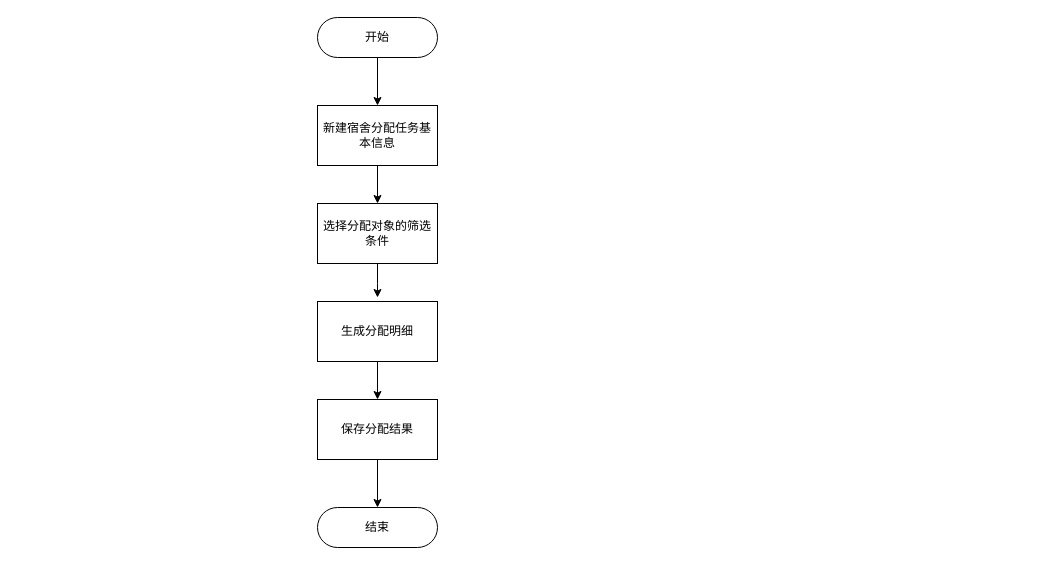
This is 宿舍分配流程.drawio from Qiksy/drawio, a draw.io file, before an edit. Source tidied: cells renumbered, new cells numbered last; positions are measured from the earlier drawing's top-left corner, leaving out a move shared by most shapes. Both pictures are drawn from the tidied source at 100%, with x=0, y=0 at pixel (317, 17).
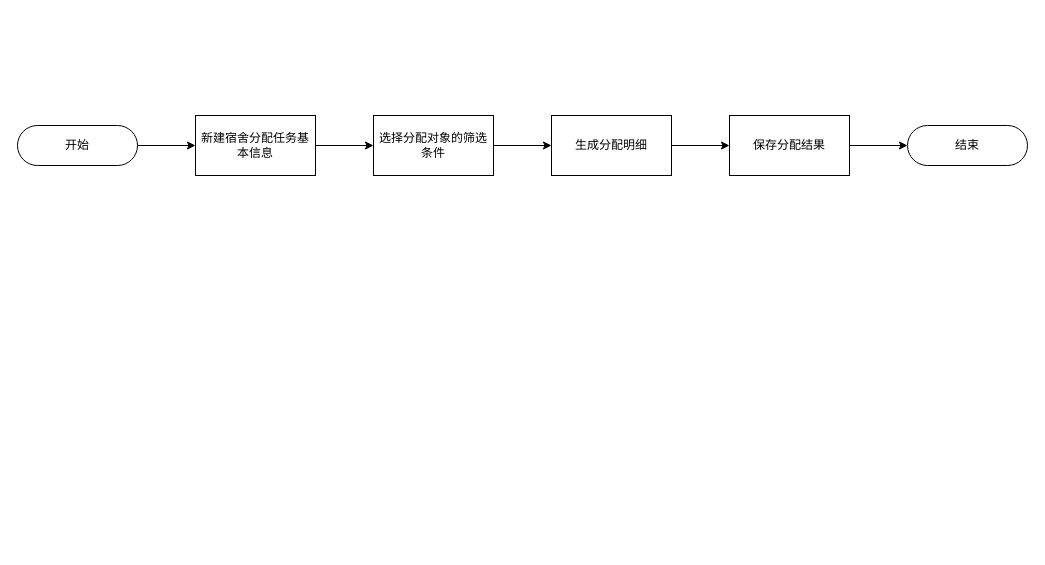
After the change.

Commit message:
更新宿舍分配流程.drawio

Change to the diagram source:
```diff
@@
 <mxGraphModel>
   <root>
     <mxCell id="0" />
     <mxCell id="1" parent="0" />
-    <mxCell id="2" style="edgeStyle=orthogonalEdgeStyle;rounded=0;jettySize=auto;html=1;exitX=0.5;exitY=1;exitDx=0;exitDy=0;entryX=0.5;entryY=0;entryDx=0;entryDy=0;" parent="1" edge="1" source="3" target="8">
+    <mxCell id="2" style="edgeStyle=orthogonalEdgeStyle;rounded=0;jettySize=auto;html=1;" parent="1" edge="1" source="3" target="8">
       <mxGeometry relative="1" as="geometry" />
     </mxCell>
     <mxCell id="3" value="新建宿舍分配任务基本信息" style="rounded=0;whiteSpace=wrap;html=1;" parent="1" vertex="1">
-      <mxGeometry y="88" width="120" height="60" as="geometry" />
+      <mxGeometry x="-122" y="98" width="120" height="60" as="geometry" />
     </mxCell>
-    <mxCell id="4" style="edgeStyle=orthogonalEdgeStyle;rounded=0;jettySize=auto;html=1;exitX=0.5;exitY=1;exitDx=0;exitDy=0;" parent="1" edge="1" source="5" target="3">
+    <mxCell id="4" style="edgeStyle=orthogonalEdgeStyle;rounded=0;jettySize=auto;html=1;" parent="1" edge="1" source="5" target="3">
       <mxGeometry relative="1" as="geometry" />
     </mxCell>
     <mxCell id="5" value="开始" style="rounded=1;whiteSpace=wrap;html=1;arcSize=50;" parent="1" vertex="1">
-      <mxGeometry width="120" height="40" as="geometry" />
+      <mxGeometry x="-300" y="108" width="120" height="40" as="geometry" />
     </mxCell>
     <mxCell id="6" value="结束" style="rounded=1;whiteSpace=wrap;html=1;arcSize=50;" parent="1" vertex="1">
-      <mxGeometry y="490" width="120" height="40" as="geometry" />
+      <mxGeometry x="590" y="108" width="120" height="40" as="geometry" />
     </mxCell>
-    <mxCell id="7" style="edgeStyle=orthogonalEdgeStyle;rounded=0;jettySize=auto;html=1;" parent="1" edge="1" source="8">
-      <mxGeometry relative="1" as="geometry">
-        <mxPoint x="60" y="280" as="targetPoint" />
-      </mxGeometry>
-    </mxCell>
+    <mxCell id="13" style="edgeStyle=orthogonalEdgeStyle;rounded=0;jettySize=auto;html=1;" parent="1" edge="1" source="8" target="10">
+      <mxGeometry relative="1" as="geometry" />
+    </mxCell>
     <mxCell id="8" value="选择分配对象的筛选条件" style="rounded=0;whiteSpace=wrap;html=1;" parent="1" vertex="1">
-      <mxGeometry y="186" width="120" height="60" as="geometry" />
+      <mxGeometry x="56" y="98" width="120" height="60" as="geometry" />
     </mxCell>
-    <mxCell id="9" style="edgeStyle=orthogonalEdgeStyle;rounded=0;jettySize=auto;html=1;entryX=0.5;entryY=0;entryDx=0;entryDy=0;" parent="1" edge="1" source="10" target="12">
+    <mxCell id="9" style="edgeStyle=orthogonalEdgeStyle;rounded=0;jettySize=auto;html=1;" parent="1" edge="1" source="10" target="12">
       <mxGeometry relative="1" as="geometry" />
     </mxCell>
     <mxCell id="10" value="生成分配明细" style="rounded=0;whiteSpace=wrap;html=1;" parent="1" vertex="1">
-      <mxGeometry y="284" width="120" height="60" as="geometry" />
+      <mxGeometry x="234" y="98" width="120" height="60" as="geometry" />
     </mxCell>
-    <mxCell id="11" style="edgeStyle=orthogonalEdgeStyle;rounded=0;jettySize=auto;html=1;entryX=0.5;entryY=0;entryDx=0;entryDy=0;" parent="1" edge="1" source="12" target="6">
+    <mxCell id="11" style="edgeStyle=orthogonalEdgeStyle;rounded=0;jettySize=auto;html=1;" parent="1" edge="1" source="12" target="6">
       <mxGeometry relative="1" as="geometry" />
     </mxCell>
     <mxCell id="12" value="保存分配结果" style="rounded=0;whiteSpace=wrap;html=1;" parent="1" vertex="1">
-      <mxGeometry y="382" width="120" height="60" as="geometry" />
+      <mxGeometry x="412" y="98" width="120" height="60" as="geometry" />
     </mxCell>
   </root>
 </mxGraphModel>
```
